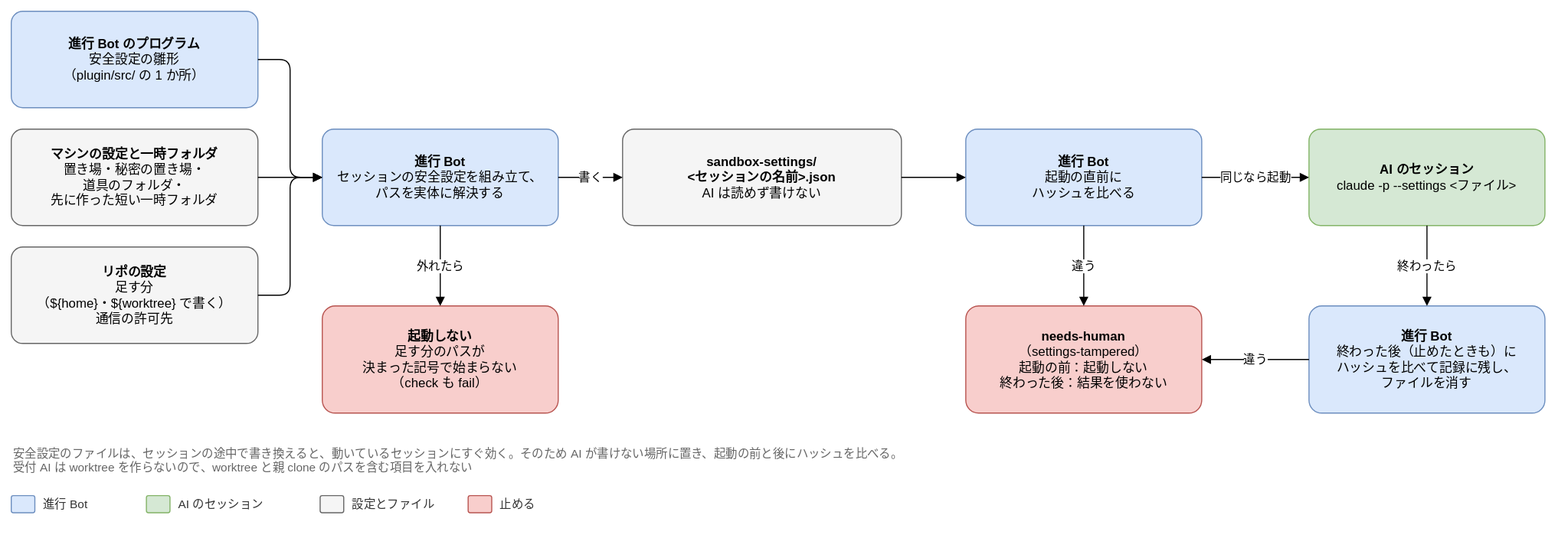
Earlier version of the draw.io export docs/design/basic/diagrams/03-session-settings.drawio.svg (Joymerrevent/dev-autopilot). Source tidied: cells renumbered, new cells last; positions are measured from the earlier drawing's top-left corner, leaving out a move shared by most shapes. The source it was exported from:
```xml
<mxGraphModel background="#ffffff">
  <root>
    <mxCell id="0" />
    <mxCell id="1" parent="0" />
    <mxCell id="2" value="&lt;b&gt;進行 Bot のプログラム&lt;/b&gt;&lt;br&gt;安全設定の雛形&lt;br&gt;（plugin/src/ の 1 か所）" style="rounded=1;whiteSpace=wrap;html=1;fontSize=12;arcSize=12;spacing=12;fillColor=#dae8fc;strokeColor=#6c8ebf;" parent="1" vertex="1">
      <mxGeometry width="230" height="90" as="geometry" />
    </mxCell>
    <mxCell id="3" value="&lt;b&gt;マシンの設定と一時フォルダ&lt;/b&gt;&lt;br&gt;置き場・秘密の置き場・&lt;br&gt;道具のフォルダ・&lt;br&gt;先に作った短い一時フォルダ" style="rounded=1;whiteSpace=wrap;html=1;fontSize=12;arcSize=12;spacing=12;fillColor=#f5f5f5;strokeColor=#666666;" parent="1" vertex="1">
      <mxGeometry y="110" width="230" height="90" as="geometry" />
    </mxCell>
    <mxCell id="4" value="&lt;b&gt;リポの設定&lt;/b&gt;&lt;br&gt;足す分&lt;br&gt;（${home}・${worktree} で書く）&lt;br&gt;通信の許可先" style="rounded=1;whiteSpace=wrap;html=1;fontSize=12;arcSize=12;spacing=12;fillColor=#f5f5f5;strokeColor=#666666;" parent="1" vertex="1">
      <mxGeometry y="220" width="230" height="90" as="geometry" />
    </mxCell>
    <mxCell id="5" value="&lt;b&gt;進行 Bot&lt;/b&gt;&lt;br&gt;セッションの安全設定を組み立て、&lt;br&gt;パスを実体に解決する" style="rounded=1;whiteSpace=wrap;html=1;fontSize=12;arcSize=12;spacing=12;fillColor=#dae8fc;strokeColor=#6c8ebf;" parent="1" vertex="1">
      <mxGeometry x="290" y="110" width="220" height="90" as="geometry" />
    </mxCell>
    <mxCell id="6" style="edgeStyle=orthogonalEdgeStyle;rounded=1;html=1;endArrow=block;endFill=1;fontSize=11;labelBackgroundColor=#ffffff;exitX=1;exitY=0.5;exitDx=0;exitDy=0;entryX=0;entryY=0.5;entryDx=0;entryDy=0;" parent="1" edge="1" source="2" target="5">
      <mxGeometry relative="1" as="geometry" />
    </mxCell>
    <mxCell id="7" style="edgeStyle=orthogonalEdgeStyle;rounded=1;html=1;endArrow=block;endFill=1;fontSize=11;labelBackgroundColor=#ffffff;exitX=1;exitY=0.5;exitDx=0;exitDy=0;entryX=0;entryY=0.5;entryDx=0;entryDy=0;" parent="1" edge="1" source="3" target="5">
      <mxGeometry relative="1" as="geometry" />
    </mxCell>
    <mxCell id="8" style="edgeStyle=orthogonalEdgeStyle;rounded=1;html=1;endArrow=block;endFill=1;fontSize=11;labelBackgroundColor=#ffffff;exitX=1;exitY=0.5;exitDx=0;exitDy=0;entryX=0;entryY=0.5;entryDx=0;entryDy=0;" parent="1" edge="1" source="4" target="5">
      <mxGeometry relative="1" as="geometry" />
    </mxCell>
    <mxCell id="9" value="&lt;b&gt;sandbox-settings/&lt;/b&gt;&lt;br&gt;&lt;b&gt;&amp;lt;セッションの名前&amp;gt;.json&lt;/b&gt;&lt;br&gt;AI は読めず書けない" style="rounded=1;whiteSpace=wrap;html=1;fontSize=12;arcSize=12;spacing=12;fillColor=#f5f5f5;strokeColor=#666666;" parent="1" vertex="1">
      <mxGeometry x="570" y="110" width="260" height="90" as="geometry" />
    </mxCell>
    <mxCell id="10" value="書く" style="edgeStyle=orthogonalEdgeStyle;rounded=1;html=1;endArrow=block;endFill=1;fontSize=11;labelBackgroundColor=#ffffff;exitX=1;exitY=0.5;exitDx=0;exitDy=0;entryX=0;entryY=0.5;entryDx=0;entryDy=0;" parent="1" edge="1" source="5" target="9">
      <mxGeometry relative="1" as="geometry" />
    </mxCell>
    <mxCell id="11" value="&lt;b&gt;進行 Bot&lt;/b&gt;&lt;br&gt;起動の直前に&lt;br&gt;ハッシュを比べる" style="rounded=1;whiteSpace=wrap;html=1;fontSize=12;arcSize=12;spacing=12;fillColor=#dae8fc;strokeColor=#6c8ebf;" parent="1" vertex="1">
      <mxGeometry x="890" y="110" width="220" height="90" as="geometry" />
    </mxCell>
    <mxCell id="12" style="edgeStyle=orthogonalEdgeStyle;rounded=1;html=1;endArrow=block;endFill=1;fontSize=11;labelBackgroundColor=#ffffff;exitX=1;exitY=0.5;exitDx=0;exitDy=0;entryX=0;entryY=0.5;entryDx=0;entryDy=0;" parent="1" edge="1" source="9" target="11">
      <mxGeometry relative="1" as="geometry" />
    </mxCell>
    <mxCell id="13" value="&lt;b&gt;AI のセッション&lt;/b&gt;&lt;br&gt;claude -p --settings &amp;lt;ファイル&amp;gt;" style="rounded=1;whiteSpace=wrap;html=1;fontSize=12;arcSize=12;spacing=12;fillColor=#d5e8d4;strokeColor=#82b366;" parent="1" vertex="1">
      <mxGeometry x="1210" y="110" width="220" height="90" as="geometry" />
    </mxCell>
    <mxCell id="14" value="同じなら起動" style="edgeStyle=orthogonalEdgeStyle;rounded=1;html=1;endArrow=block;endFill=1;fontSize=11;labelBackgroundColor=#ffffff;exitX=1;exitY=0.5;exitDx=0;exitDy=0;entryX=0;entryY=0.5;entryDx=0;entryDy=0;" parent="1" edge="1" source="11" target="13">
      <mxGeometry relative="1" as="geometry" />
    </mxCell>
    <mxCell id="15" value="&lt;b&gt;進行 Bot&lt;/b&gt;&lt;br&gt;終わった後（止めたときも）に&lt;br&gt;ハッシュを比べて記録に残し、&lt;br&gt;ファイルを消す" style="rounded=1;whiteSpace=wrap;html=1;fontSize=12;arcSize=12;spacing=12;fillColor=#dae8fc;strokeColor=#6c8ebf;" parent="1" vertex="1">
      <mxGeometry x="1210" y="275" width="220" height="100" as="geometry" />
    </mxCell>
    <mxCell id="16" value="終わったら" style="edgeStyle=orthogonalEdgeStyle;rounded=1;html=1;endArrow=block;endFill=1;fontSize=11;labelBackgroundColor=#ffffff;exitX=0.5;exitY=1;exitDx=0;exitDy=0;entryX=0.5;entryY=0;entryDx=0;entryDy=0;" parent="1" edge="1" source="13" target="15">
      <mxGeometry relative="1" as="geometry" />
    </mxCell>
    <mxCell id="17" value="&lt;b&gt;needs-human&lt;/b&gt;&lt;br&gt;（settings-tampered）&lt;br&gt;起動の前：起動しない&lt;br&gt;終わった後：結果を使わない" style="rounded=1;whiteSpace=wrap;html=1;fontSize=12;arcSize=12;spacing=12;fillColor=#f8cecc;strokeColor=#b85450;" parent="1" vertex="1">
      <mxGeometry x="890" y="275" width="220" height="100" as="geometry" />
    </mxCell>
    <mxCell id="18" value="違う" style="edgeStyle=orthogonalEdgeStyle;rounded=1;html=1;endArrow=block;endFill=1;fontSize=11;labelBackgroundColor=#ffffff;exitX=0.5;exitY=1;exitDx=0;exitDy=0;entryX=0.5;entryY=0;entryDx=0;entryDy=0;" parent="1" edge="1" source="11" target="17">
      <mxGeometry relative="1" as="geometry" />
    </mxCell>
    <mxCell id="19" value="違う" style="edgeStyle=orthogonalEdgeStyle;rounded=1;html=1;endArrow=block;endFill=1;fontSize=11;labelBackgroundColor=#ffffff;exitX=0;exitY=0.5;exitDx=0;exitDy=0;entryX=1;entryY=0.5;entryDx=0;entryDy=0;" parent="1" edge="1" source="15" target="17">
      <mxGeometry relative="1" as="geometry" />
    </mxCell>
    <mxCell id="20" value="安全設定のファイルは、セッションの途中で書き換えると、動いているセッションにすぐ効く。そのため AI が書けない場所に置き、起動の前と後にハッシュを比べる。&lt;br&gt;受付 AI は worktree を作らないので、worktree と親 clone のパスを含む項目を入れない" style="text;html=1;whiteSpace=wrap;align=left;verticalAlign=top;fontSize=11;fontColor=#666666;" parent="1" vertex="1">
      <mxGeometry y="400" width="1430" height="36" as="geometry" />
    </mxCell>
    <mxCell id="21" style="rounded=1;whiteSpace=wrap;html=1;fontSize=12;arcSize=12;spacing=12;fillColor=#dae8fc;strokeColor=#6c8ebf;" parent="1" vertex="1">
      <mxGeometry y="452" width="22" height="16" as="geometry" />
    </mxCell>
    <mxCell id="22" value="進行 Bot" style="text;html=1;align=left;verticalAlign=middle;fontSize=11;fontColor=#333333;" parent="1" vertex="1">
      <mxGeometry x="28" y="450" width="82" height="20" as="geometry" />
    </mxCell>
    <mxCell id="23" style="rounded=1;whiteSpace=wrap;html=1;fontSize=12;arcSize=12;spacing=12;fillColor=#d5e8d4;strokeColor=#82b366;" parent="1" vertex="1">
      <mxGeometry x="126" y="452" width="22" height="16" as="geometry" />
    </mxCell>
    <mxCell id="24" value="AI のセッション" style="text;html=1;align=left;verticalAlign=middle;fontSize=11;fontColor=#333333;" parent="1" vertex="1">
      <mxGeometry x="154" y="450" width="118" height="20" as="geometry" />
    </mxCell>
    <mxCell id="25" style="rounded=1;whiteSpace=wrap;html=1;fontSize=12;arcSize=12;spacing=12;fillColor=#f5f5f5;strokeColor=#666666;" parent="1" vertex="1">
      <mxGeometry x="288" y="452" width="22" height="16" as="geometry" />
    </mxCell>
    <mxCell id="26" value="設定とファイル" style="text;html=1;align=left;verticalAlign=middle;fontSize=11;fontColor=#333333;" parent="1" vertex="1">
      <mxGeometry x="316" y="450" width="94" height="20" as="geometry" />
    </mxCell>
    <mxCell id="27" style="rounded=1;whiteSpace=wrap;html=1;fontSize=12;arcSize=12;spacing=12;fillColor=#f8cecc;strokeColor=#b85450;" parent="1" vertex="1">
      <mxGeometry x="426" y="452" width="22" height="16" as="geometry" />
    </mxCell>
    <mxCell id="28" value="止める" style="text;html=1;align=left;verticalAlign=middle;fontSize=11;fontColor=#333333;" parent="1" vertex="1">
      <mxGeometry x="454" y="450" width="46" height="20" as="geometry" />
    </mxCell>
    <mxCell id="29" value="&lt;b&gt;起動しない&lt;/b&gt;&lt;br&gt;足す分のパスが&lt;br&gt;決まった記号で始まらない&lt;br&gt;（check も fail）" style="rounded=1;whiteSpace=wrap;html=1;fontSize=12;arcSize=12;spacing=12;fillColor=#f8cecc;strokeColor=#b85450;" parent="1" vertex="1">
      <mxGeometry x="290" y="275" width="220" height="100" as="geometry" />
    </mxCell>
    <mxCell id="30" value="外れたら" style="edgeStyle=orthogonalEdgeStyle;rounded=1;html=1;endArrow=block;endFill=1;fontSize=11;labelBackgroundColor=#ffffff;exitX=0.5;exitY=1;exitDx=0;exitDy=0;entryX=0.5;entryY=0;entryDx=0;entryDy=0;" parent="1" edge="1" source="5" target="29">
      <mxGeometry relative="1" as="geometry" />
    </mxCell>
  </root>
</mxGraphModel>
```
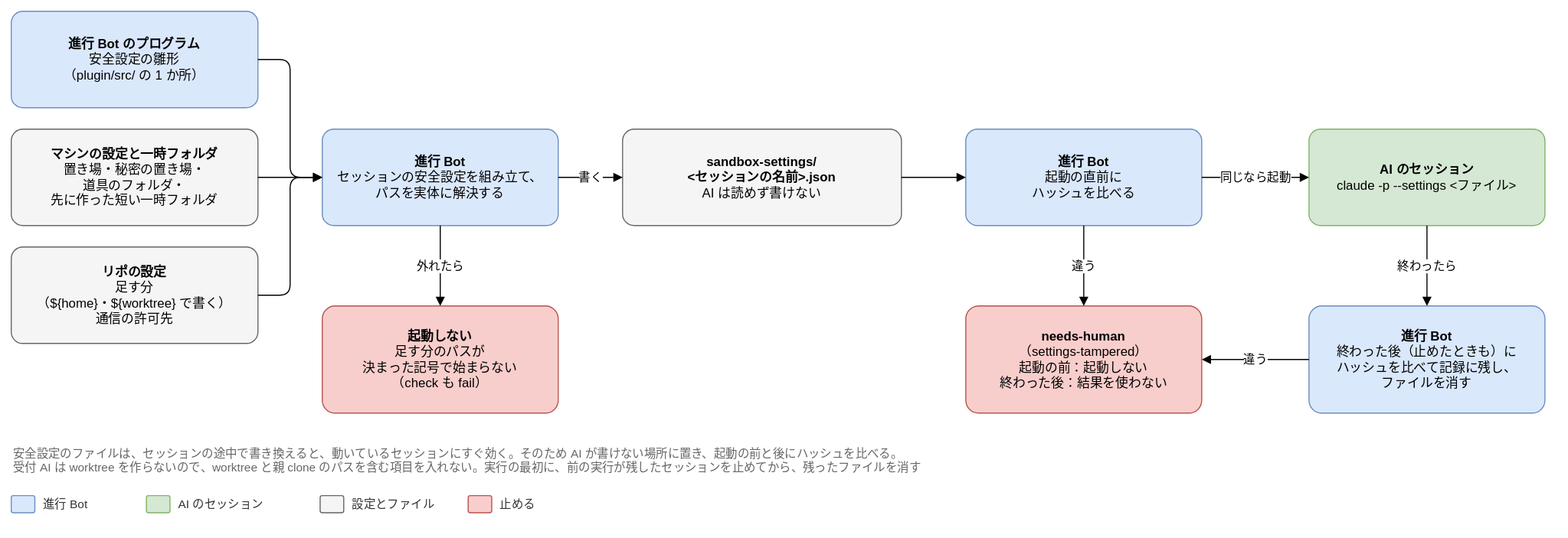
Later version of the same file.

The edit, as a diff of the source:
```diff
@@ -56,7 +56,7 @@
     <mxCell id="19" value="違う" style="edgeStyle=orthogonalEdgeStyle;rounded=1;html=1;endArrow=block;endFill=1;fontSize=11;labelBackgroundColor=#ffffff;exitX=0;exitY=0.5;exitDx=0;exitDy=0;entryX=1;entryY=0.5;entryDx=0;entryDy=0;" parent="1" edge="1" source="15" target="17">
       <mxGeometry relative="1" as="geometry" />
     </mxCell>
-    <mxCell id="20" value="安全設定のファイルは、セッションの途中で書き換えると、動いているセッションにすぐ効く。そのため AI が書けない場所に置き、起動の前と後にハッシュを比べる。&lt;br&gt;受付 AI は worktree を作らないので、worktree と親 clone のパスを含む項目を入れない" style="text;html=1;whiteSpace=wrap;align=left;verticalAlign=top;fontSize=11;fontColor=#666666;" parent="1" vertex="1">
+    <mxCell id="20" value="安全設定のファイルは、セッションの途中で書き換えると、動いているセッションにすぐ効く。そのため AI が書けない場所に置き、起動の前と後にハッシュを比べる。&lt;br&gt;受付 AI は worktree を作らないので、worktree と親 clone のパスを含む項目を入れない。実行の最初に、前の実行が残したセッションを止めてから、残ったファイルを消す" style="text;html=1;whiteSpace=wrap;align=left;verticalAlign=top;fontSize=11;fontColor=#666666;" parent="1" vertex="1">
       <mxGeometry y="400" width="1430" height="36" as="geometry" />
     </mxCell>
     <mxCell id="21" style="rounded=1;whiteSpace=wrap;html=1;fontSize=12;arcSize=12;spacing=12;fillColor=#dae8fc;strokeColor=#6c8ebf;" parent="1" vertex="1">
```
